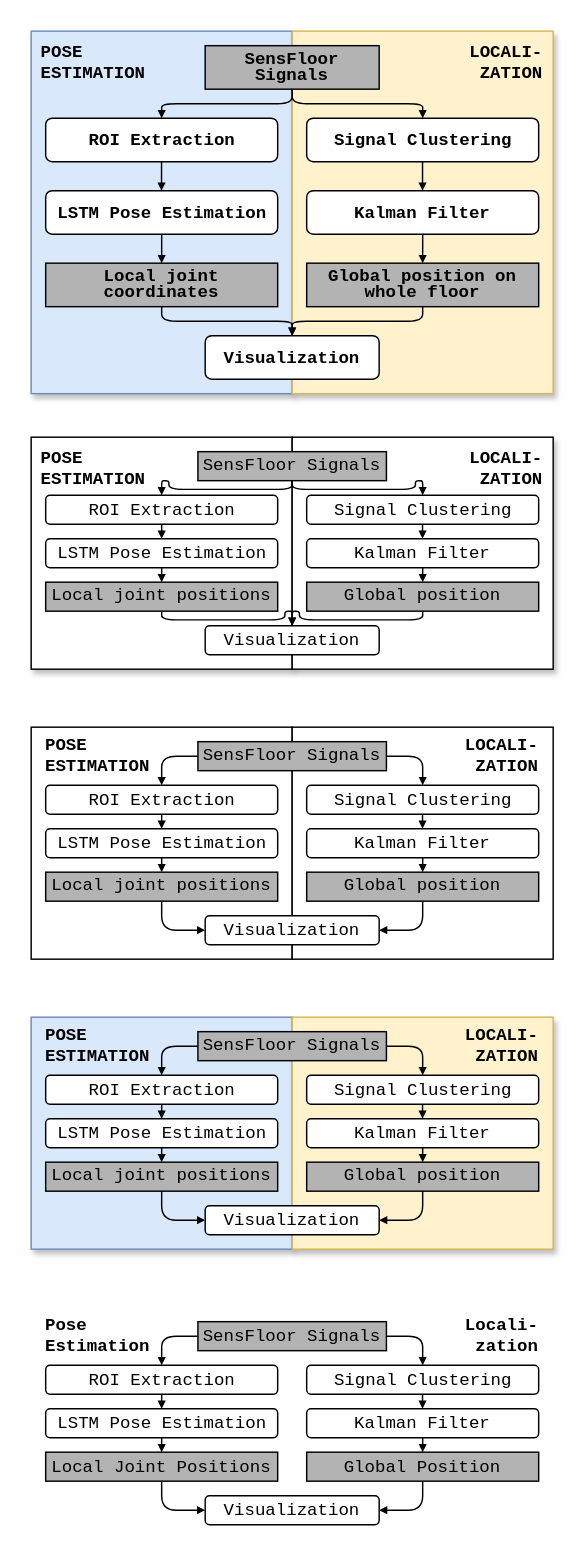
This is img/methods-overview.drawio from sensfloor/sensfloor-paper, a draw.io file, before an edit. Source tidied: cells renumbered, new cells numbered last; positions are measured from the earlier drawing's top-left corner, leaving out a move shared by most shapes. Both pictures are drawn from the tidied source at 145%, with x=0, y=0 at pixel (30, 30).
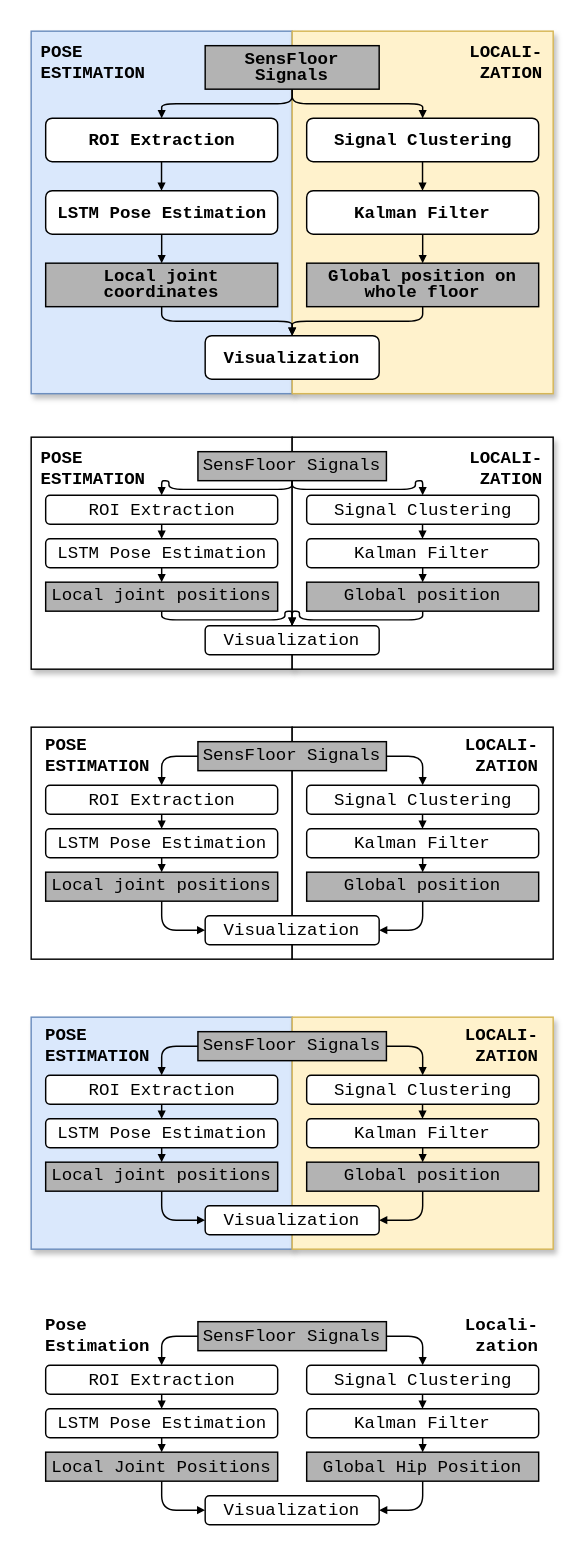
After the change.

Commit message (it also covers changes not shown here):
Correct roi in diagram

Change to the diagram source:
```diff
@@
-    <mxCell id="93" value="&lt;font face=&quot;Courier New&quot;&gt;Global Position&lt;/font&gt;" style="rounded=1;whiteSpace=wrap;html=1;verticalAlign=middle;labelPosition=center;verticalLabelPosition=middle;align=center;arcSize=0;fillColor=light-dark(#b3b3b3, #ededed);" parent="1" vertex="1">
+    <mxCell id="93" value="&lt;font face=&quot;Courier New&quot;&gt;Global Hip Position&lt;/font&gt;" style="rounded=1;whiteSpace=wrap;html=1;verticalAlign=middle;labelPosition=center;verticalLabelPosition=middle;align=center;arcSize=0;fillColor=light-dark(#b3b3b3, #ededed);" parent="1" vertex="1">
       <mxGeometry x="190" y="980" width="160" height="20" as="geometry" />
     </mxCell>
```
